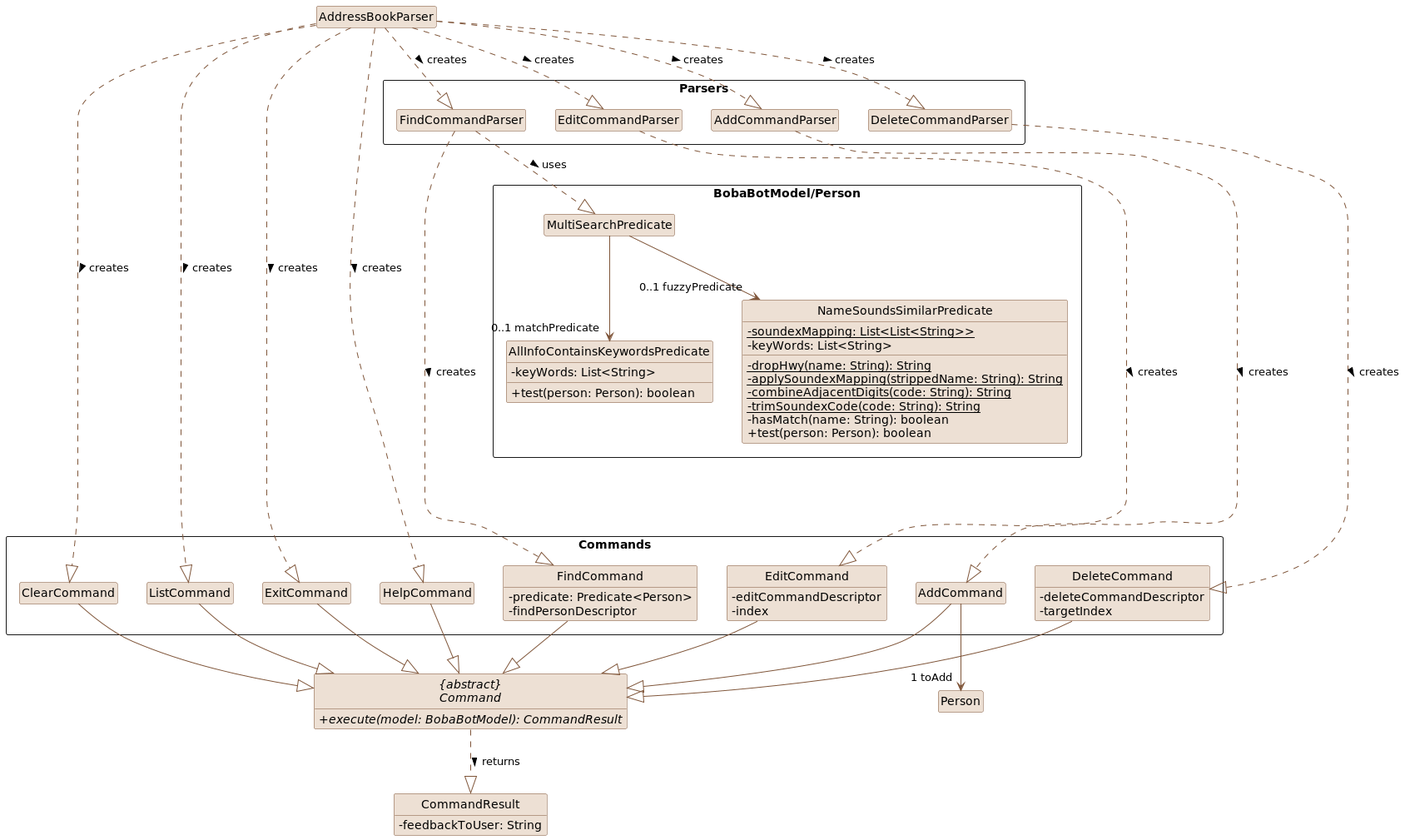
Above: docs/images/CommandClasses.png in nus-cs2103-AY2223S1/tp (PlantUML), before the change.
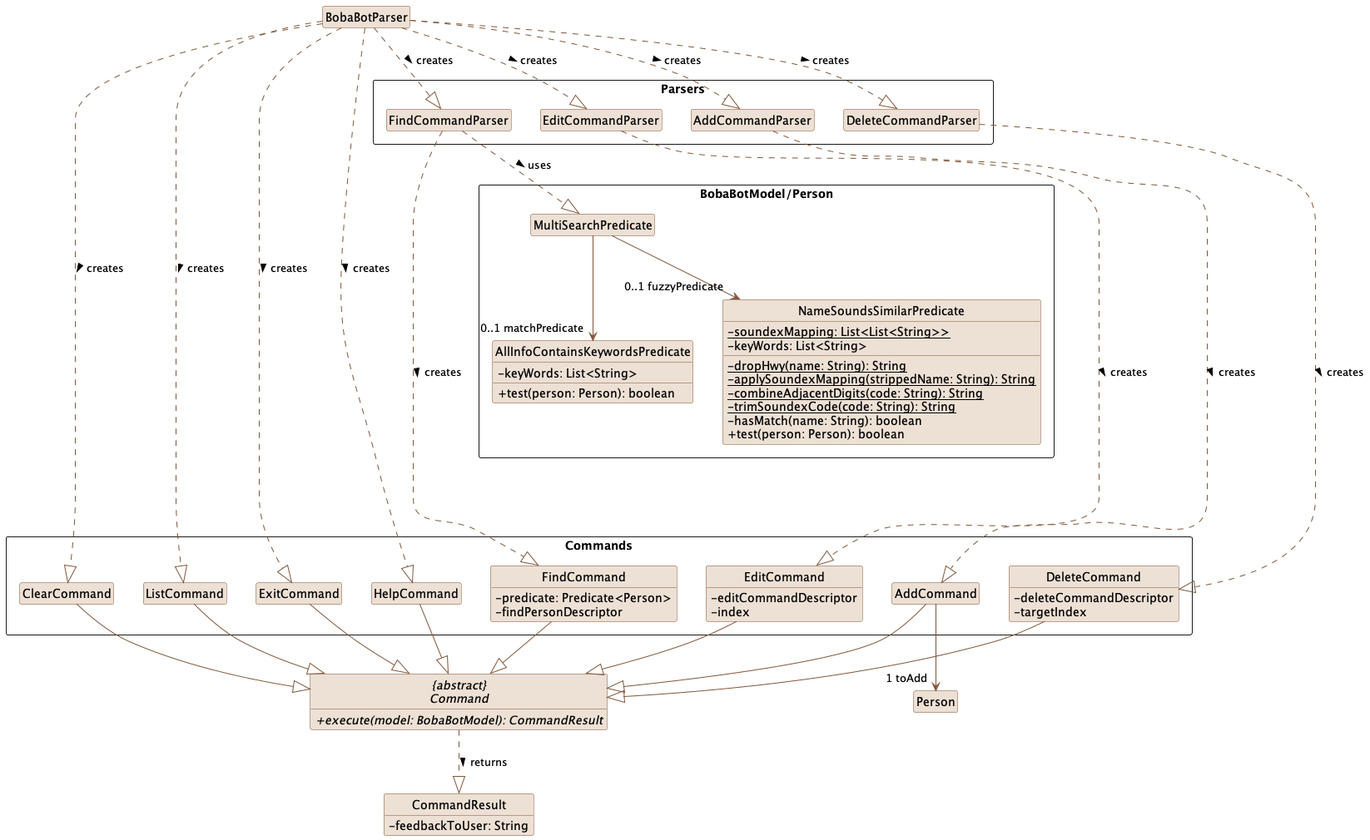
After the change.

What changed in the source:
```diff
@@ -76,15 +76,15 @@
 AddCommand --> "1 toAdd" Person
 
 
-AddressBookParser ..|> EditCommandParser: creates >
-AddressBookParser ..|> AddCommandParser: creates >
-AddressBookParser ..|> DeleteCommandParser: creates >
-AddressBookParser ..|> FindCommandParser: creates >
+BobaBotParser ..|> EditCommandParser: creates >
+BobaBotParser ..|> AddCommandParser: creates >
+BobaBotParser ..|> DeleteCommandParser: creates >
+BobaBotParser ..|> FindCommandParser: creates >
 
-AddressBookParser ..|> ListCommand: creates >
-AddressBookParser ..|> ClearCommand: creates >
-AddressBookParser ..|> HelpCommand: creates >
-AddressBookParser ..|> ExitCommand: creates >
+BobaBotParser ..|> ListCommand: creates >
+BobaBotParser ..|> ClearCommand: creates >
+BobaBotParser ..|> HelpCommand: creates >
+BobaBotParser ..|> ExitCommand: creates >
 
 
 FindCommandParser .....|> FindCommand : creates >
```
